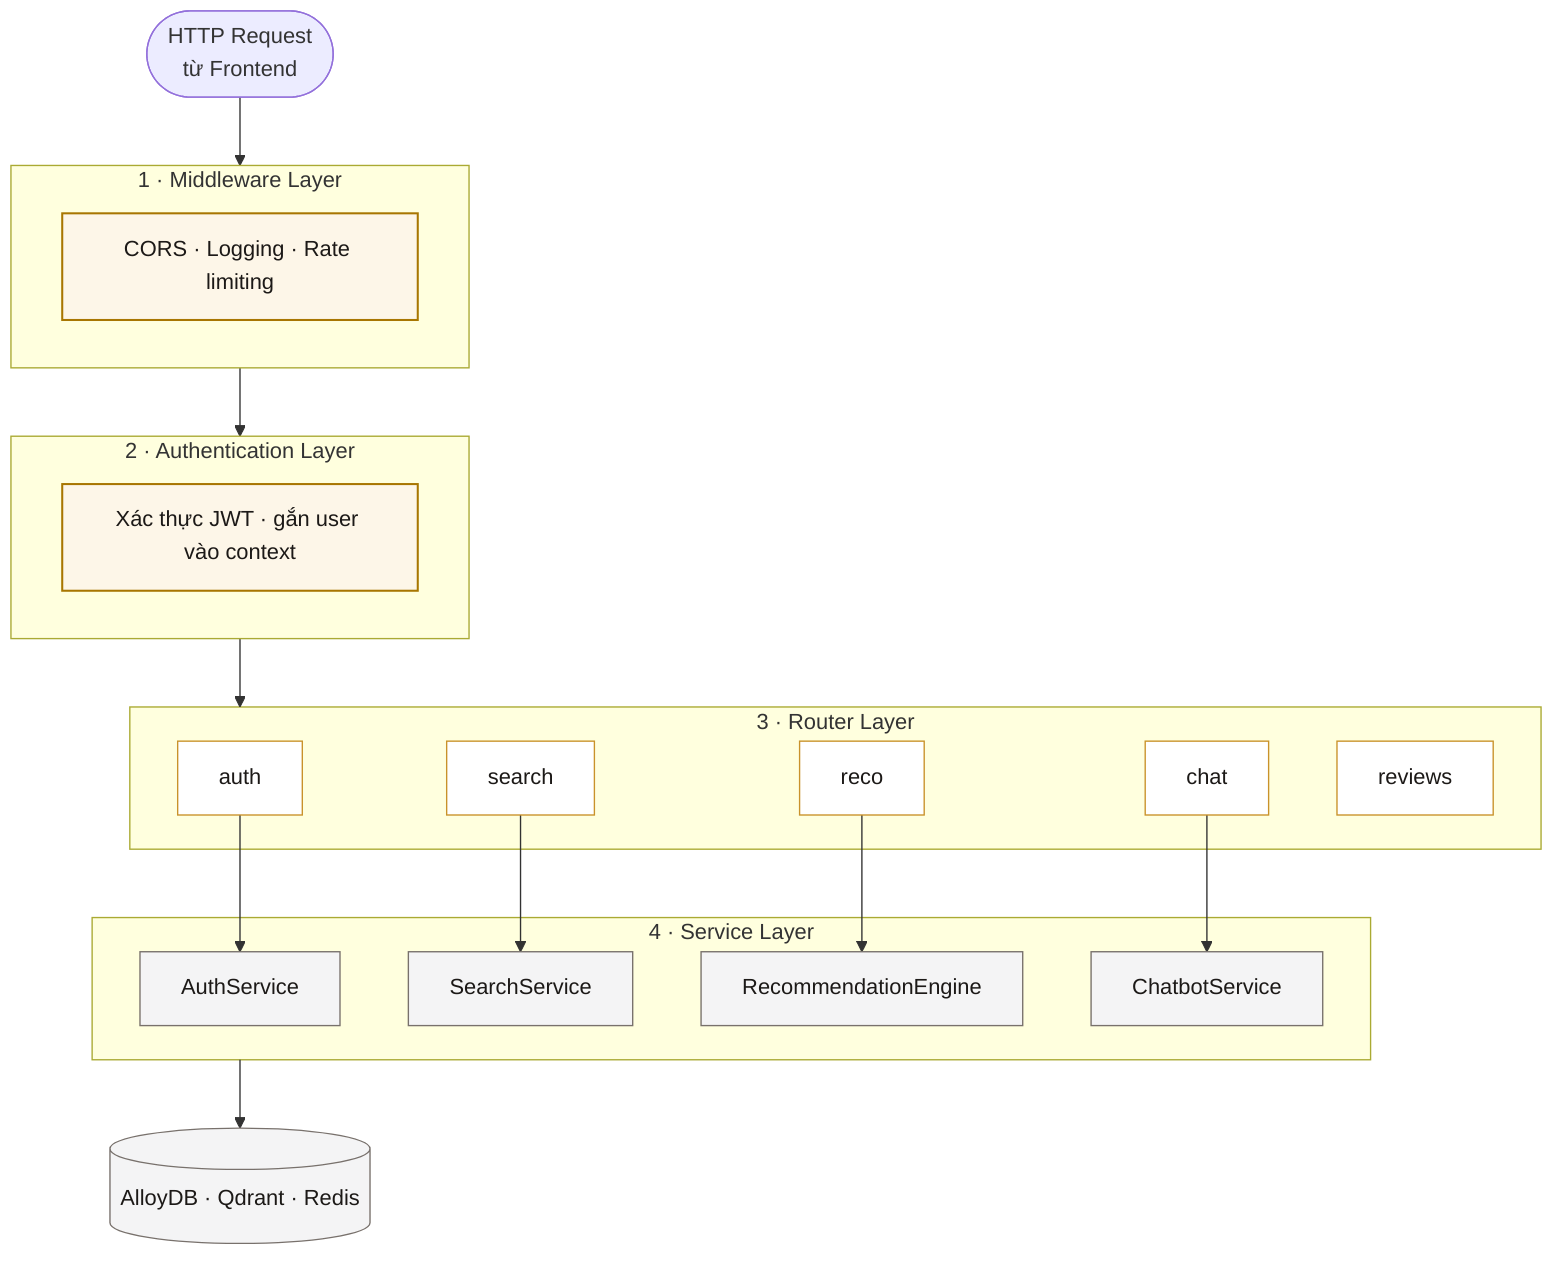
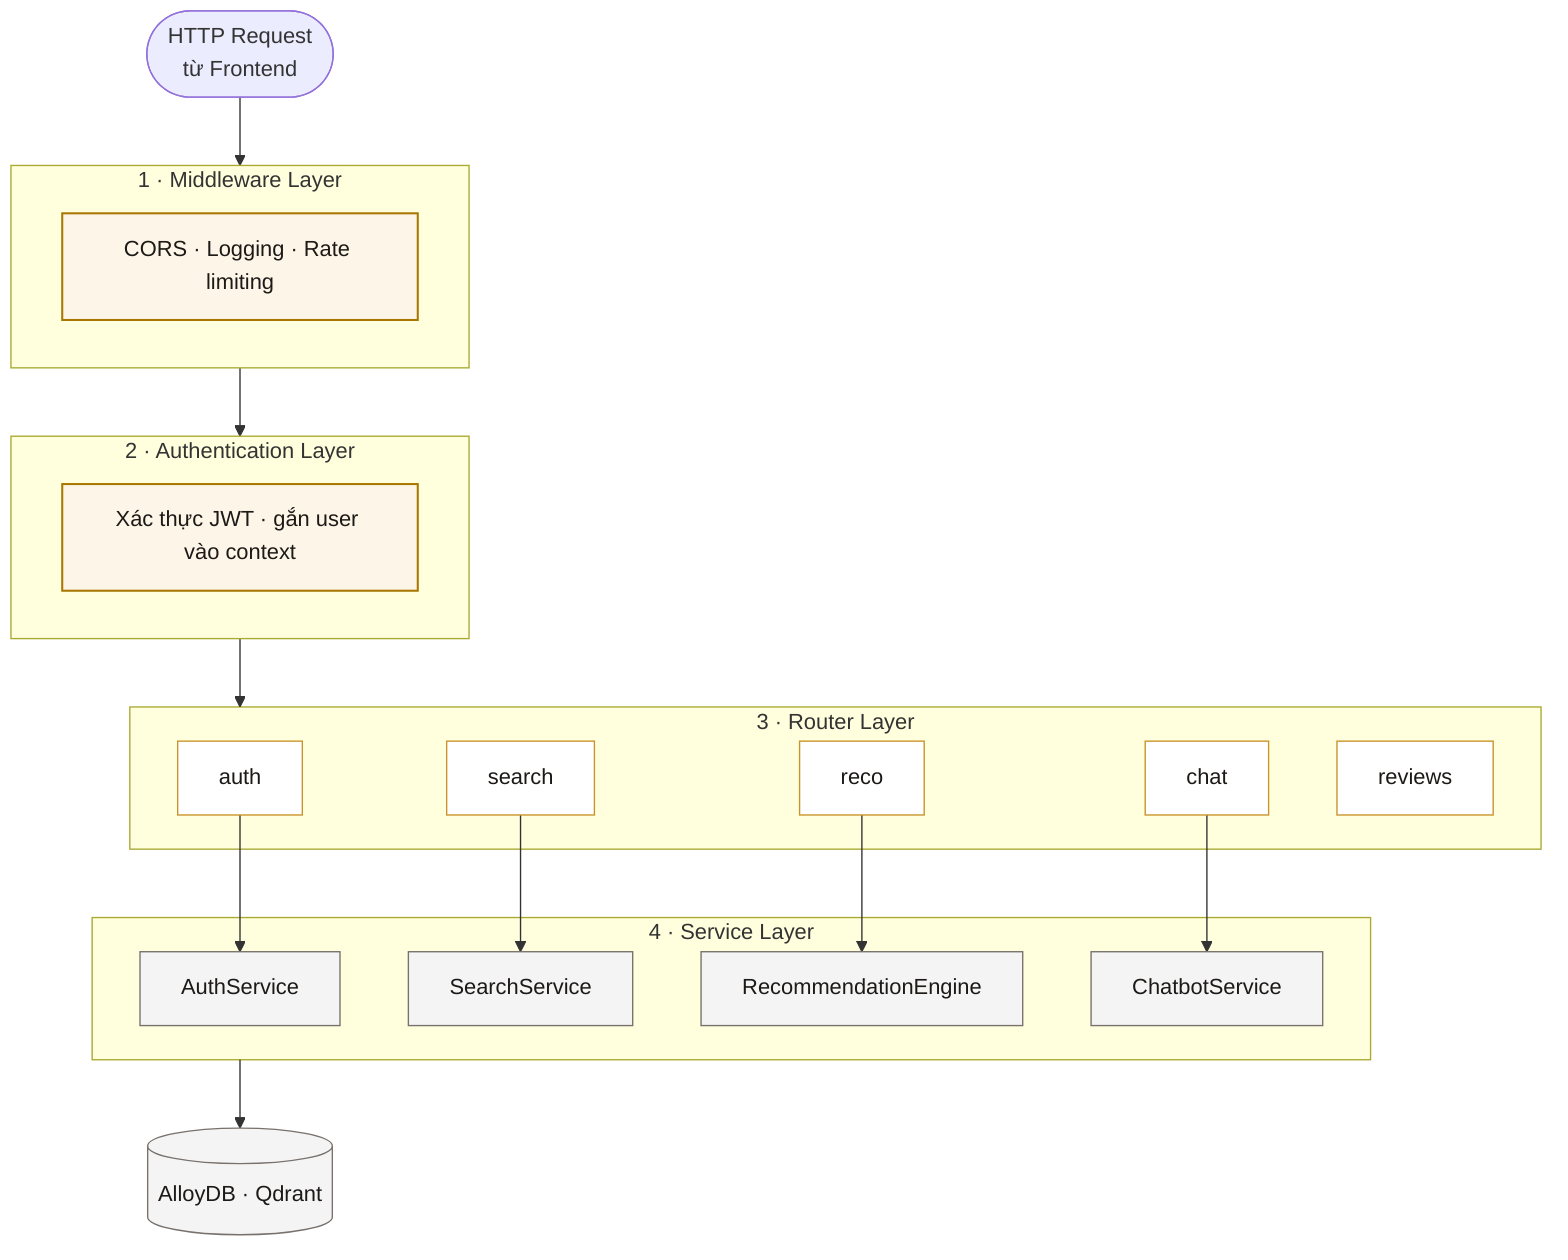
flowchart TB
  req([HTTP Request<br/>từ Frontend])

  subgraph mw["1 · Middleware Layer"]
    m1["CORS · Logging · Rate limiting"]
  end
  subgraph au["2 · Authentication Layer"]
    a1["Xác thực JWT · gắn user vào context"]
  end
  subgraph rt["3 · Router Layer"]
    r1["auth"]:::r
    r2["search"]:::r
    r3["reco"]:::r
    r4["chat"]:::r
    r5["reviews"]:::r
  end
  subgraph sv["4 · Service Layer"]
    s1["AuthService"]:::s
    s2["SearchService"]:::s
    s3["RecommendationEngine"]:::s
    s4["ChatbotService"]:::s
  end

-   data[("AlloyDB · Qdrant · Redis")]
+   data[("AlloyDB · Qdrant")]

  req --> mw --> au --> rt
  r1 --> s1
  r2 --> s2
  r3 --> s3
  r4 --> s4
  sv --> data

  classDef layer fill:#FDF6E8,stroke:#A87601,stroke-width:1.5px,color:#1c1917;
  classDef r fill:#ffffff,stroke:#c9922a,color:#1c1917;
  classDef s fill:#F4F4F5,stroke:#78716c,color:#1c1917;
  class m1,a1 layer;
  class data s;
